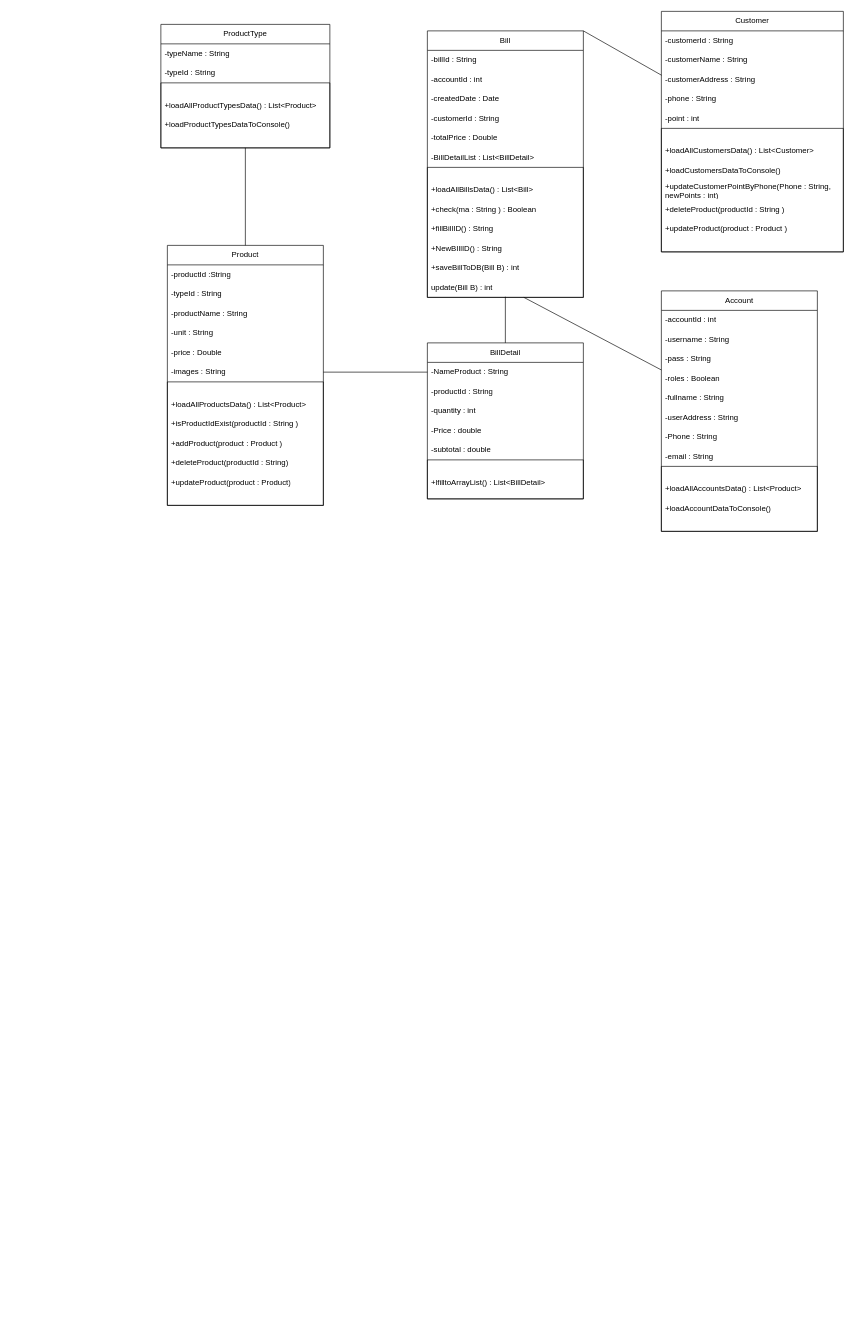
Earlier version of the draw.io diagram xử lí luồng.drawio (cuongtran-0900/GS1). Source tidied: cells renumbered, new cells numbered last; positions are measured from the earlier drawing's top-left corner, leaving out a move shared by most shapes. Both pictures are drawn from the tidied source at 65%, with x=0, y=0 at pixel (161, 11).
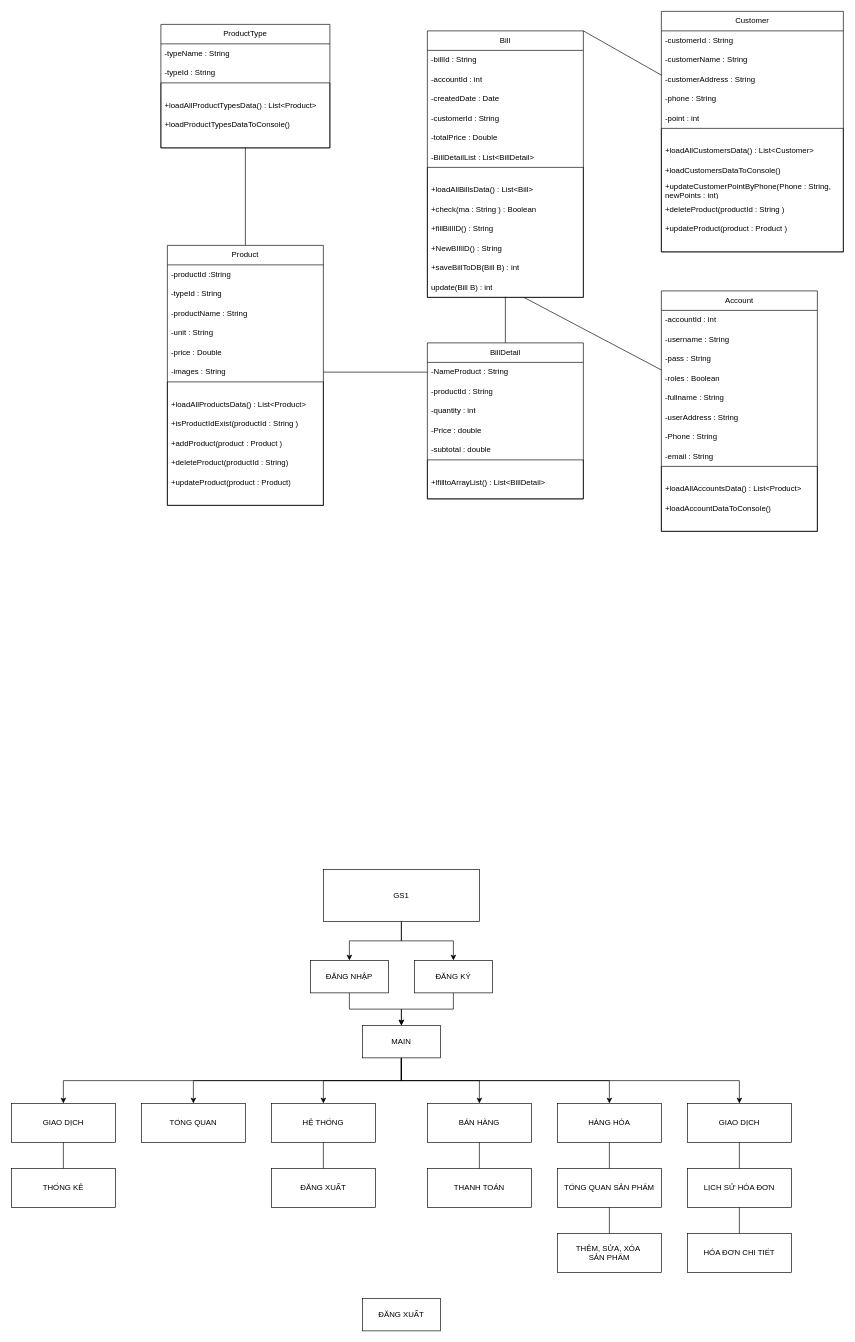
After the change.

Diff of the diagram source:
```diff
@@
+    <mxCell id="72" style="edgeStyle=orthogonalEdgeStyle;rounded=0;jettySize=auto;html=1;" parent="1" edge="1" source="74" target="76">
+      <mxGeometry relative="1" as="geometry" />
+    </mxCell>
+    <mxCell id="73" style="edgeStyle=orthogonalEdgeStyle;rounded=0;jettySize=auto;html=1;" parent="1" edge="1" source="74" target="78">
+      <mxGeometry relative="1" as="geometry" />
+    </mxCell>
+    <mxCell id="74" value="GS1" style="rounded=0;whiteSpace=wrap;html=1;" parent="1" vertex="1">
+      <mxGeometry x="250" y="1320" width="240" height="80" as="geometry" />
+    </mxCell>
+    <mxCell id="75" style="edgeStyle=orthogonalEdgeStyle;rounded=0;jettySize=auto;html=1;" parent="1" edge="1" source="76" target="85">
+      <mxGeometry relative="1" as="geometry" />
+    </mxCell>
+    <mxCell id="76" value="ĐĂNG NHẬP" style="rounded=0;whiteSpace=wrap;html=1;" parent="1" vertex="1">
+      <mxGeometry x="230" y="1460" width="120" height="50" as="geometry" />
+    </mxCell>
+    <mxCell id="77" style="edgeStyle=orthogonalEdgeStyle;rounded=0;jettySize=auto;html=1;entryX=0.5;entryY=0;entryDx=0;entryDy=0;" parent="1" edge="1" source="78" target="85">
+      <mxGeometry relative="1" as="geometry" />
+    </mxCell>
+    <mxCell id="78" value="ĐĂNG KÝ" style="rounded=0;whiteSpace=wrap;html=1;" parent="1" vertex="1">
+      <mxGeometry x="390" y="1460" width="120" height="50" as="geometry" />
+    </mxCell>
+    <mxCell id="79" style="edgeStyle=orthogonalEdgeStyle;rounded=0;jettySize=auto;html=1;entryX=0.5;entryY=0;entryDx=0;entryDy=0;" parent="1" edge="1" source="85" target="88">
+      <mxGeometry relative="1" as="geometry" />
+    </mxCell>
+    <mxCell id="80" style="edgeStyle=orthogonalEdgeStyle;rounded=0;jettySize=auto;html=1;entryX=0.5;entryY=0;entryDx=0;entryDy=0;" parent="1" edge="1" source="85" target="87">
+      <mxGeometry relative="1" as="geometry" />
+    </mxCell>
+    <mxCell id="81" style="edgeStyle=orthogonalEdgeStyle;rounded=0;jettySize=auto;html=1;entryX=0.5;entryY=0;entryDx=0;entryDy=0;exitX=0.5;exitY=1;exitDx=0;exitDy=0;" parent="1" edge="1" source="85" target="91">
+      <mxGeometry relative="1" as="geometry" />
+    </mxCell>
+    <mxCell id="82" style="edgeStyle=orthogonalEdgeStyle;rounded=0;jettySize=auto;html=1;exitX=0.5;exitY=1;exitDx=0;exitDy=0;" parent="1" edge="1" source="85" target="97">
+      <mxGeometry relative="1" as="geometry" />
+    </mxCell>
+    <mxCell id="83" style="edgeStyle=orthogonalEdgeStyle;rounded=0;jettySize=auto;html=1;exitX=0.5;exitY=1;exitDx=0;exitDy=0;" parent="1" edge="1" source="85" target="89">
+      <mxGeometry relative="1" as="geometry" />
+    </mxCell>
+    <mxCell id="84" style="edgeStyle=orthogonalEdgeStyle;rounded=0;jettySize=auto;html=1;entryX=0.5;entryY=0;entryDx=0;entryDy=0;exitX=0.5;exitY=1;exitDx=0;exitDy=0;" parent="1" edge="1" source="85" target="90">
+      <mxGeometry relative="1" as="geometry" />
+    </mxCell>
+    <mxCell id="85" value="MAIN" style="rounded=0;whiteSpace=wrap;html=1;" parent="1" vertex="1">
+      <mxGeometry x="310" y="1560" width="120" height="50" as="geometry" />
+    </mxCell>
+    <mxCell id="86" value="ĐĂNG XUẤT" style="rounded=0;whiteSpace=wrap;html=1;" parent="1" vertex="1">
+      <mxGeometry x="170" y="1780" width="160" height="60" as="geometry" />
+    </mxCell>
+    <mxCell id="87" value="BÁN HÀNG" style="rounded=0;whiteSpace=wrap;html=1;" parent="1" vertex="1">
+      <mxGeometry x="410" y="1680" width="160" height="60" as="geometry" />
+    </mxCell>
+    <mxCell id="88" value="HỆ THỐNG" style="rounded=0;whiteSpace=wrap;html=1;" parent="1" vertex="1">
+      <mxGeometry x="170" y="1680" width="160" height="60" as="geometry" />
+    </mxCell>
+    <mxCell id="89" value="HÀNG HÓA" style="rounded=0;whiteSpace=wrap;html=1;" parent="1" vertex="1">
+      <mxGeometry x="610" y="1680" width="160" height="60" as="geometry" />
+    </mxCell>
+    <mxCell id="90" value="GIAO DỊCH" style="rounded=0;whiteSpace=wrap;html=1;" parent="1" vertex="1">
+      <mxGeometry x="810" y="1680" width="160" height="60" as="geometry" />
+    </mxCell>
+    <mxCell id="91" value="TỔNG QUAN" style="rounded=0;whiteSpace=wrap;html=1;" parent="1" vertex="1">
+      <mxGeometry x="-30" y="1680" width="160" height="60" as="geometry" />
+    </mxCell>
+    <mxCell id="92" value="THANH TOÁN" style="rounded=0;whiteSpace=wrap;html=1;" parent="1" vertex="1">
+      <mxGeometry x="410" y="1780" width="160" height="60" as="geometry" />
+    </mxCell>
+    <mxCell id="93" value="LỊCH SỬ HÓA ĐƠN" style="rounded=0;whiteSpace=wrap;html=1;" parent="1" vertex="1">
+      <mxGeometry x="810" y="1780" width="160" height="60" as="geometry" />
+    </mxCell>
+    <mxCell id="94" value="HÓA ĐƠN CHI TIẾT" style="rounded=0;whiteSpace=wrap;html=1;" parent="1" vertex="1">
+      <mxGeometry x="810" y="1880" width="160" height="60" as="geometry" />
+    </mxCell>
+    <mxCell id="95" value="TỔNG QUAN SẢN PHẨM" style="rounded=0;whiteSpace=wrap;html=1;" parent="1" vertex="1">
+      <mxGeometry x="610" y="1780" width="160" height="60" as="geometry" />
+    </mxCell>
+    <mxCell id="96" value="THÊM, SỬA, XÓA&amp;nbsp;&lt;div&gt;SẢN PHẨM&lt;/div&gt;" style="rounded=0;whiteSpace=wrap;html=1;" parent="1" vertex="1">
+      <mxGeometry x="610" y="1880" width="160" height="60" as="geometry" />
+    </mxCell>
+    <mxCell id="97" value="GIAO DỊCH" style="rounded=0;whiteSpace=wrap;html=1;" parent="1" vertex="1">
+      <mxGeometry x="-230" y="1680" width="160" height="60" as="geometry" />
+    </mxCell>
+    <mxCell id="98" value="THỐNG KÊ" style="rounded=0;whiteSpace=wrap;html=1;" parent="1" vertex="1">
+      <mxGeometry x="-230" y="1780" width="160" height="60" as="geometry" />
+    </mxCell>
+    <mxCell id="99" style="endArrow=none;html=1;rounded=0;entryX=0.5;entryY=1;entryDx=0;entryDy=0;exitX=0.5;exitY=0;exitDx=0;exitDy=0;" parent="1" edge="1" source="98" target="97">
+      <mxGeometry relative="1" as="geometry" />
+    </mxCell>
+    <mxCell id="100" style="endArrow=none;html=1;rounded=0;entryX=0.5;entryY=1;entryDx=0;entryDy=0;exitX=0.5;exitY=0;exitDx=0;exitDy=0;" parent="1" edge="1" source="86" target="88">
+      <mxGeometry relative="1" as="geometry" />
+    </mxCell>
+    <mxCell id="101" style="endArrow=none;html=1;rounded=0;entryX=0.5;entryY=1;entryDx=0;entryDy=0;exitX=0.5;exitY=0;exitDx=0;exitDy=0;" parent="1" edge="1" source="92" target="87">
+      <mxGeometry relative="1" as="geometry" />
+    </mxCell>
+    <mxCell id="102" style="endArrow=none;html=1;rounded=0;entryX=0.5;entryY=1;entryDx=0;entryDy=0;" parent="1" edge="1" source="95" target="89">
+      <mxGeometry relative="1" as="geometry" />
+    </mxCell>
+    <mxCell id="103" style="endArrow=none;html=1;rounded=0;entryX=0.5;entryY=1;entryDx=0;entryDy=0;exitX=0.5;exitY=0;exitDx=0;exitDy=0;" parent="1" edge="1" source="96" target="95">
+      <mxGeometry relative="1" as="geometry" />
+    </mxCell>
+    <mxCell id="104" style="endArrow=none;html=1;rounded=0;entryX=0.5;entryY=1;entryDx=0;entryDy=0;exitX=0.5;exitY=0;exitDx=0;exitDy=0;" parent="1" edge="1" source="93" target="90">
+      <mxGeometry relative="1" as="geometry" />
+    </mxCell>
+    <mxCell id="105" style="endArrow=none;html=1;rounded=0;entryX=0.5;entryY=1;entryDx=0;entryDy=0;exitX=0.5;exitY=0;exitDx=0;exitDy=0;" parent="1" edge="1" source="94" target="93">
+      <mxGeometry relative="1" as="geometry" />
+    </mxCell>
+    <mxCell id="106" value="ĐĂNG XUẤT" style="rounded=0;whiteSpace=wrap;html=1;" parent="1" vertex="1">
+      <mxGeometry x="310" y="1980" width="120" height="50" as="geometry" />
+    </mxCell>
```
